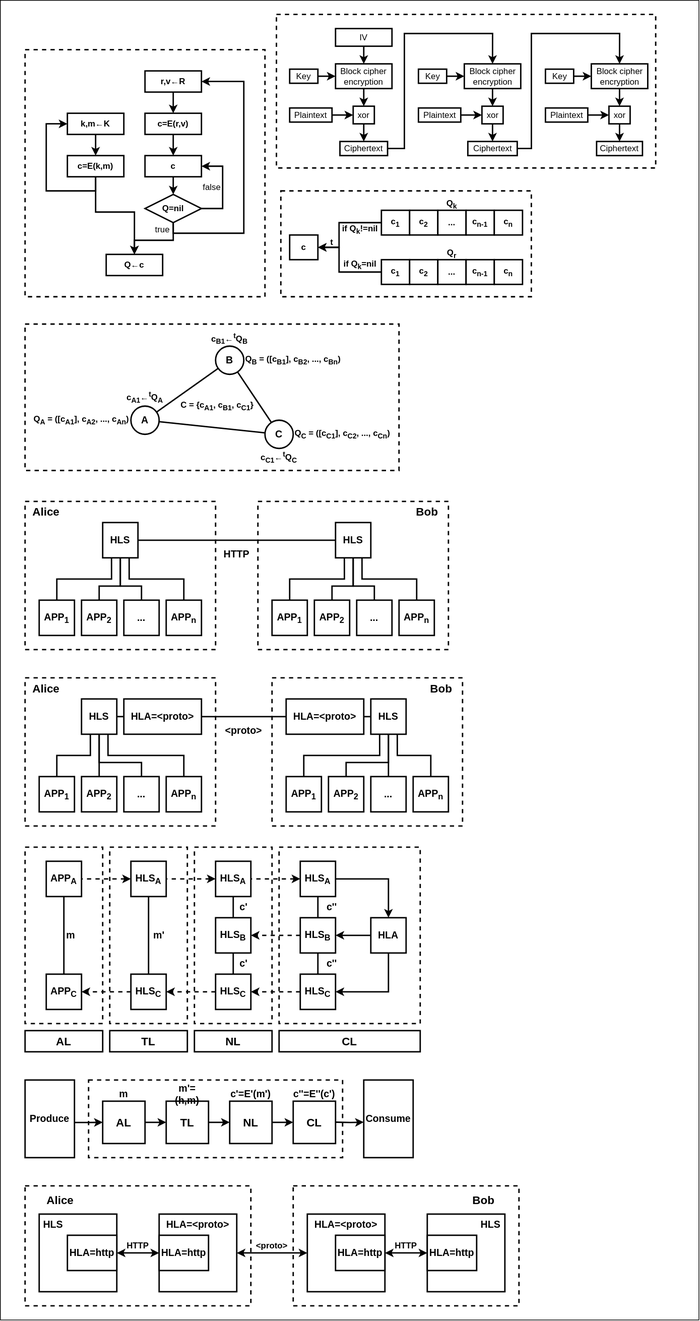
number571/hidden-lake keeps this draw.io diagram as docs/hidden_lake_anonymous_network_scheme.svg. Above is the earlier version. Source tidied: cells renumbered, new cells last; positions are measured from the earlier drawing's top-left corner, leaving out a move shared by most shapes.
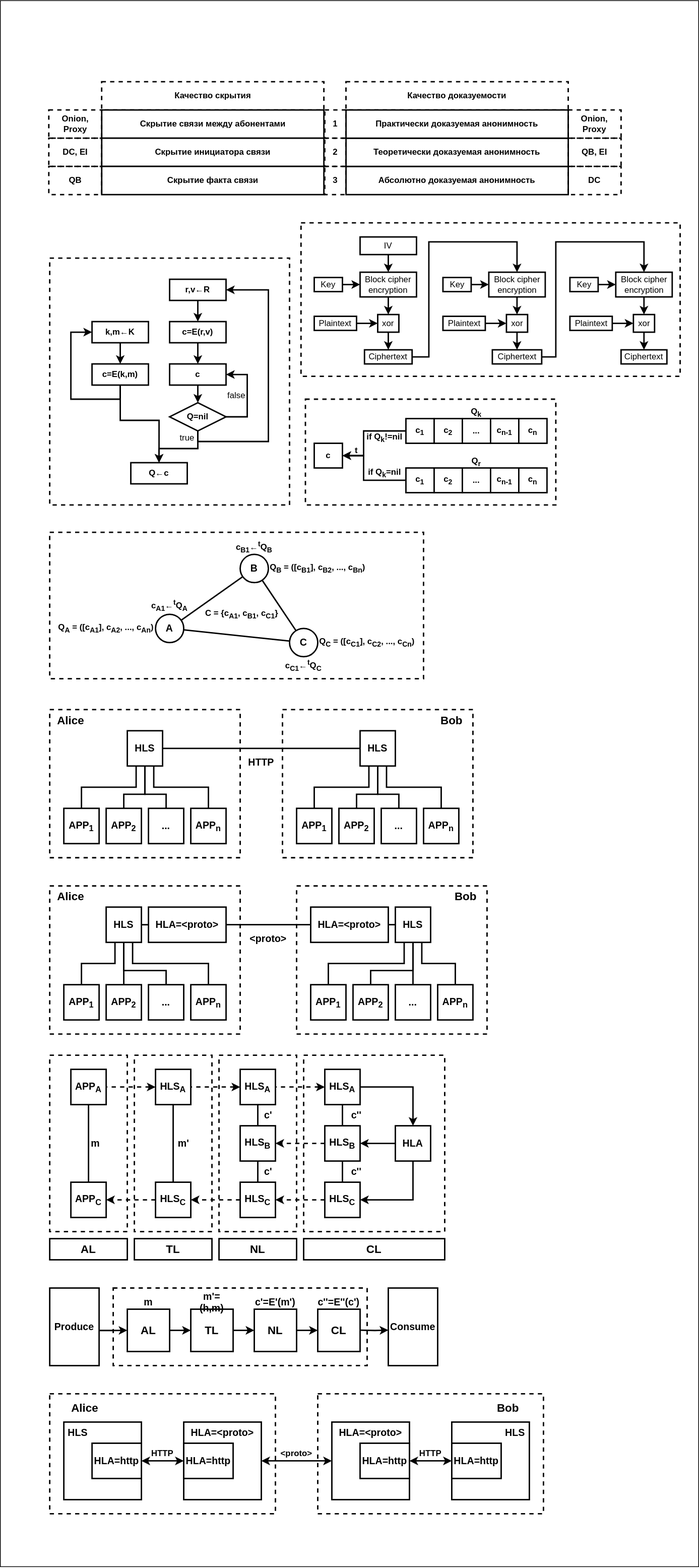
After the commit.

Change to the diagram source:
```diff
@@ -363,7 +363,7 @@
       <mxGeometry x="35" y="1460" width="110" height="30" as="geometry" />
     </mxCell>
     <mxCell id="108" style="rounded=0;whiteSpace=wrap;html=1;strokeColor=default;fillColor=none;" parent="1" vertex="1">
-      <mxGeometry width="990" height="1870" as="geometry" />
+      <mxGeometry x="-35" y="-295" width="990" height="2220" as="geometry" />
     </mxCell>
     <mxCell id="109" style="edgeStyle=orthogonalEdgeStyle;rounded=0;jettySize=auto;html=1;exitX=0.994;exitY=0.547;exitDx=0;exitDy=0;entryX=0;entryY=0.5;entryDx=0;entryDy=0;strokeWidth=2;exitPerimeter=0;" parent="1" edge="1" source="110" target="113">
       <mxGeometry relative="1" as="geometry" />
@@ -746,5 +746,56 @@
     <mxCell id="217" style="rounded=0;whiteSpace=wrap;html=1;fillColor=none;strokeWidth=2;dashed=1;" parent="1" vertex="1">
       <mxGeometry x="391.2" y="20" width="537.5" height="217.5" as="geometry" />
     </mxCell>
+    <mxCell id="218" value="&lt;b&gt;Качество скрытия&lt;/b&gt;" style="rounded=0;whiteSpace=wrap;html=1;strokeWidth=2;dashed=1;" parent="1" vertex="1">
+      <mxGeometry x="108.6" y="-180" width="315.1" height="40" as="geometry" />
+    </mxCell>
+    <mxCell id="219" value="&lt;b&gt;Качество доказуемости&lt;/b&gt;" style="rounded=0;whiteSpace=wrap;html=1;strokeWidth=2;dashed=1;" parent="1" vertex="1">
+      <mxGeometry x="455" y="-180" width="315.1" height="40" as="geometry" />
+    </mxCell>
+    <mxCell id="220" value="&lt;b&gt;Скрытие связи между абонентами&lt;br&gt;&lt;/b&gt;" style="rounded=0;whiteSpace=wrap;html=1;strokeWidth=2;" parent="1" vertex="1">
+      <mxGeometry x="108.7" y="-140" width="315" height="40" as="geometry" />
+    </mxCell>
+    <mxCell id="221" value="&lt;b&gt;Скрытие инициатора связи&lt;br&gt;&lt;/b&gt;" style="rounded=0;whiteSpace=wrap;html=1;strokeWidth=2;" parent="1" vertex="1">
+      <mxGeometry x="108.7" y="-100" width="315" height="40" as="geometry" />
+    </mxCell>
+    <mxCell id="222" value="&lt;b&gt;Скрытие факта связи&lt;br&gt;&lt;/b&gt;" style="rounded=0;whiteSpace=wrap;html=1;strokeWidth=2;" parent="1" vertex="1">
+      <mxGeometry x="108.7" y="-60" width="315" height="40" as="geometry" />
+    </mxCell>
+    <mxCell id="223" value="&lt;b&gt;Абсолютно доказуемая анонимность&lt;br&gt;&lt;/b&gt;" style="rounded=0;whiteSpace=wrap;html=1;strokeWidth=2;" parent="1" vertex="1">
+      <mxGeometry x="455.1" y="-60" width="315.1" height="40" as="geometry" />
+    </mxCell>
+    <mxCell id="224" value="&lt;b&gt;Теоретически доказуемая анонимность&lt;br&gt;&lt;/b&gt;" style="rounded=0;whiteSpace=wrap;html=1;strokeWidth=2;" parent="1" vertex="1">
+      <mxGeometry x="455.1" y="-100" width="315.1" height="40" as="geometry" />
+    </mxCell>
+    <mxCell id="225" value="&lt;b&gt;Практически доказуемая анонимность&lt;br&gt;&lt;/b&gt;" style="rounded=0;whiteSpace=wrap;html=1;strokeWidth=2;" parent="1" vertex="1">
+      <mxGeometry x="455.1" y="-140" width="315" height="40" as="geometry" />
+    </mxCell>
+    <mxCell id="226" value="&lt;b&gt;Onion, Proxy&lt;/b&gt;" style="text;html=1;align=center;verticalAlign=middle;whiteSpace=wrap;rounded=0;strokeColor=default;dashed=1;strokeWidth=2;" parent="1" vertex="1">
+      <mxGeometry x="770.1" y="-140" width="74.9" height="40" as="geometry" />
+    </mxCell>
+    <mxCell id="227" value="&lt;b&gt;QB, EI&lt;/b&gt;" style="text;html=1;align=center;verticalAlign=middle;whiteSpace=wrap;rounded=0;strokeColor=default;dashed=1;strokeWidth=2;" parent="1" vertex="1">
+      <mxGeometry x="770.1" y="-100" width="74.9" height="40" as="geometry" />
+    </mxCell>
+    <mxCell id="228" value="&lt;b&gt;DC&lt;/b&gt;" style="text;html=1;align=center;verticalAlign=middle;whiteSpace=wrap;rounded=0;dashed=1;strokeColor=default;strokeWidth=2;" parent="1" vertex="1">
+      <mxGeometry x="770.1" y="-60" width="74.9" height="40" as="geometry" />
+    </mxCell>
+    <mxCell id="229" value="&lt;b&gt;Onion, Proxy&lt;/b&gt;" style="text;html=1;align=center;verticalAlign=middle;whiteSpace=wrap;rounded=0;strokeColor=default;dashed=1;strokeWidth=2;" parent="1" vertex="1">
+      <mxGeometry x="33.7" y="-140" width="74.9" height="40" as="geometry" />
+    </mxCell>
+    <mxCell id="230" value="&lt;b&gt;DC, EI&lt;/b&gt;" style="text;html=1;align=center;verticalAlign=middle;whiteSpace=wrap;rounded=0;strokeColor=default;dashed=1;strokeWidth=2;" parent="1" vertex="1">
+      <mxGeometry x="33.7" y="-100" width="74.9" height="40" as="geometry" />
+    </mxCell>
+    <mxCell id="231" value="&lt;b&gt;QB&lt;/b&gt;" style="text;html=1;align=center;verticalAlign=middle;whiteSpace=wrap;rounded=0;dashed=1;strokeColor=default;strokeWidth=2;" parent="1" vertex="1">
+      <mxGeometry x="33.7" y="-60" width="74.9" height="40" as="geometry" />
+    </mxCell>
+    <mxCell id="232" value="&lt;b&gt;1&lt;/b&gt;" style="text;html=1;align=center;verticalAlign=middle;whiteSpace=wrap;rounded=0;strokeColor=default;dashed=1;strokeWidth=2;" parent="1" vertex="1">
+      <mxGeometry x="425" y="-140" width="30.1" height="40" as="geometry" />
+    </mxCell>
+    <mxCell id="233" value="&lt;b&gt;2&lt;/b&gt;" style="text;html=1;align=center;verticalAlign=middle;whiteSpace=wrap;rounded=0;strokeColor=default;dashed=1;strokeWidth=2;" parent="1" vertex="1">
+      <mxGeometry x="424.9" y="-100" width="30.1" height="40" as="geometry" />
+    </mxCell>
+    <mxCell id="234" value="&lt;b&gt;3&lt;/b&gt;" style="text;html=1;align=center;verticalAlign=middle;whiteSpace=wrap;rounded=0;strokeColor=default;dashed=1;strokeWidth=2;" parent="1" vertex="1">
+      <mxGeometry x="424.9" y="-60" width="30.1" height="40" as="geometry" />
+    </mxCell>
   </root>
 </mxGraphModel>
```
